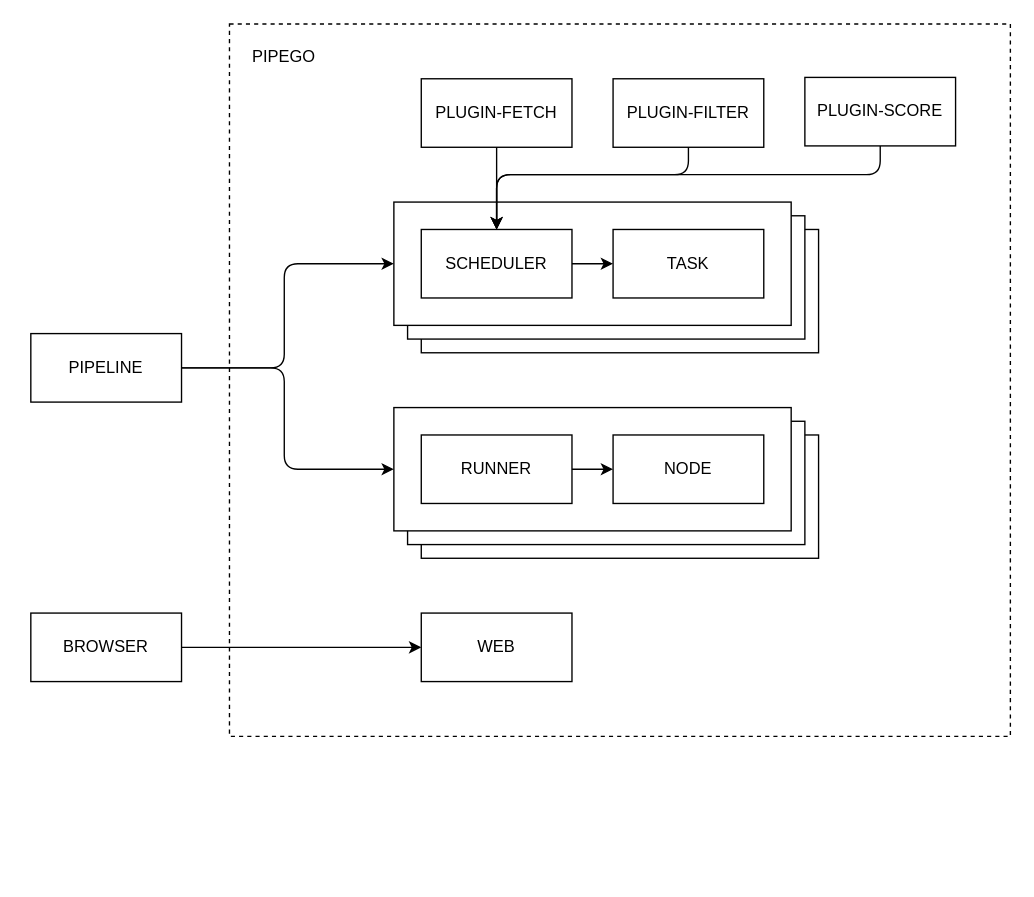
Above: diagram.drawio in pipego/deploy (draw.io), before the change. Source tidied: cells renumbered, new cells numbered last; positions are measured from the earlier drawing's top-left corner, leaving out a move shared by most shapes. Both pictures are drawn from the tidied source at 137%, with x=0, y=0 at pixel (30, 23).
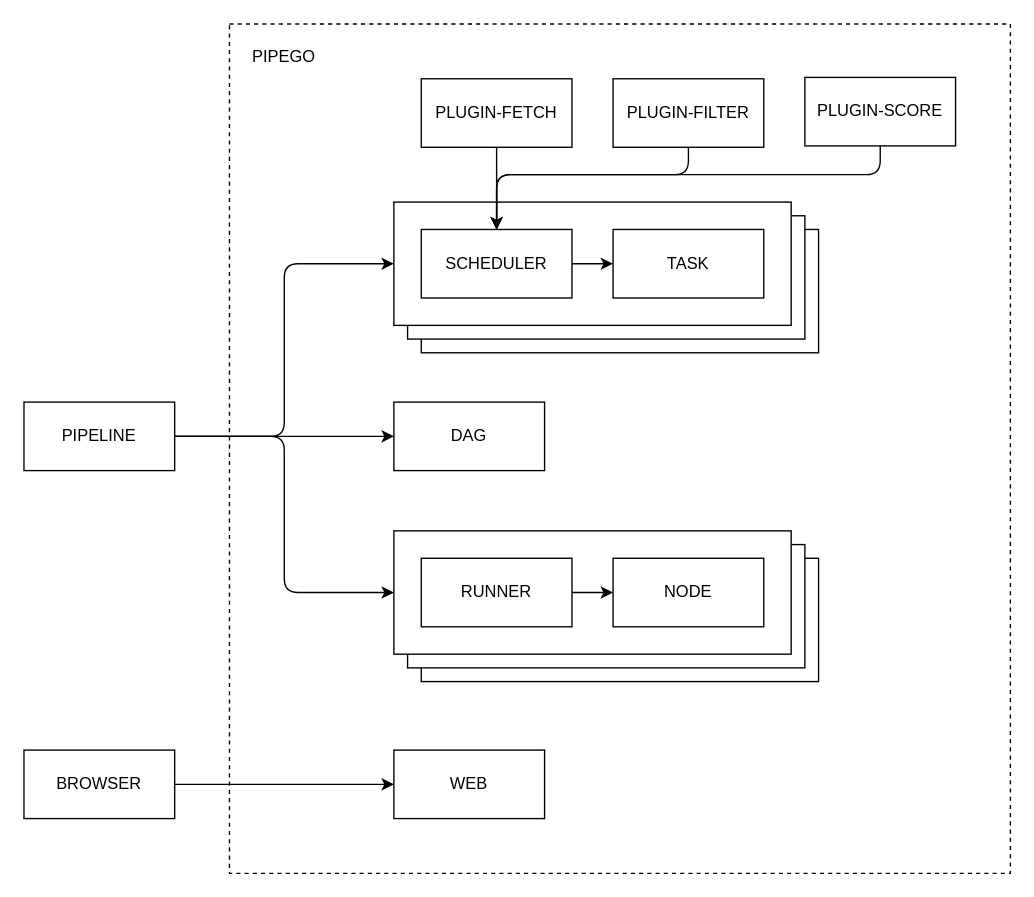
After the change.

Commit message (it also covers changes not shown here):
refactor(chore): update diagram and flow for runner

Diff of the diagram source:
```diff
@@
     <mxCell id="2" style="rounded=0;whiteSpace=wrap;html=1;dashed=1;" parent="1" vertex="1">
-      <mxGeometry x="145" width="570" height="520" as="geometry" />
+      <mxGeometry x="145" width="570" height="620" as="geometry" />
     </mxCell>
@@
     <mxCell id="7" value="BROWSER" style="rounded=0;whiteSpace=wrap;html=1;" parent="1" vertex="1">
-      <mxGeometry y="430" width="110" height="50" as="geometry" />
+      <mxGeometry x="-5" y="530" width="110" height="50" as="geometry" />
     </mxCell>
     <mxCell id="8" value="PIPELINE" style="rounded=0;whiteSpace=wrap;html=1;" parent="1" vertex="1">
-      <mxGeometry y="226" width="110" height="50" as="geometry" />
+      <mxGeometry x="-5" y="276" width="110" height="50" as="geometry" />
     </mxCell>
@@
     <mxCell id="12" style="rounded=0;whiteSpace=wrap;html=1;" parent="1" vertex="1">
-      <mxGeometry x="285" y="300" width="290" height="90" as="geometry" />
+      <mxGeometry x="285" y="390" width="290" height="90" as="geometry" />
     </mxCell>
     <mxCell id="13" style="rounded=0;whiteSpace=wrap;html=1;" parent="1" vertex="1">
-      <mxGeometry x="275" y="290" width="290" height="90" as="geometry" />
+      <mxGeometry x="275" y="380" width="290" height="90" as="geometry" />
     </mxCell>
     <mxCell id="14" style="rounded=0;whiteSpace=wrap;html=1;" parent="1" vertex="1">
-      <mxGeometry x="265" y="280" width="290" height="90" as="geometry" />
+      <mxGeometry x="265" y="370" width="290" height="90" as="geometry" />
     </mxCell>
     <mxCell id="15" value="RUNNER" style="rounded=0;whiteSpace=wrap;html=1;" parent="1" vertex="1">
-      <mxGeometry x="285" y="300" width="110" height="50" as="geometry" />
+      <mxGeometry x="285" y="390" width="110" height="50" as="geometry" />
     </mxCell>
     <mxCell id="16" value="NODE" style="rounded=0;whiteSpace=wrap;html=1;" parent="1" vertex="1">
-      <mxGeometry x="425" y="300" width="110" height="50" as="geometry" />
+      <mxGeometry x="425" y="390" width="110" height="50" as="geometry" />
     </mxCell>
@@
     <mxCell id="25" value="WEB" style="rounded=0;whiteSpace=wrap;html=1;" parent="1" vertex="1">
-      <mxGeometry x="285" y="430" width="110" height="50" as="geometry" />
+      <mxGeometry x="265" y="530" width="110" height="50" as="geometry" />
     </mxCell>
@@
+    <mxCell id="28" value="DAG" style="rounded=0;whiteSpace=wrap;html=1;" parent="1" vertex="1">
+      <mxGeometry x="265" y="276" width="110" height="50" as="geometry" />
+    </mxCell>
+    <mxCell id="29" style="endArrow=classic;html=1;exitX=1;exitY=0.5;exitDx=0;exitDy=0;entryX=0;entryY=0.5;entryDx=0;entryDy=0;" parent="1" edge="1" source="8" target="28">
+      <mxGeometry relative="1" as="geometry" />
+    </mxCell>
```
